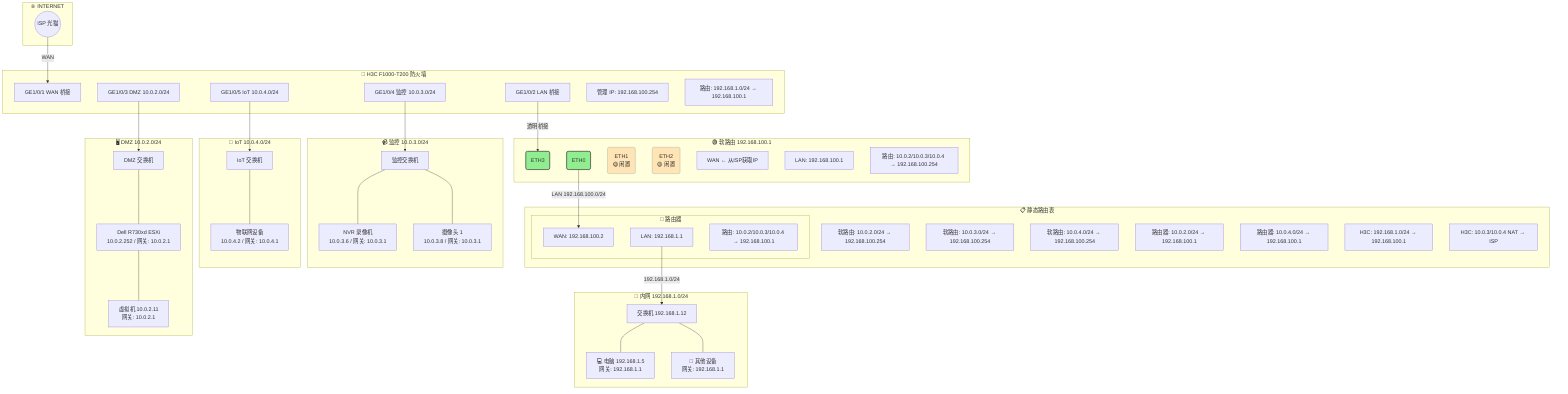
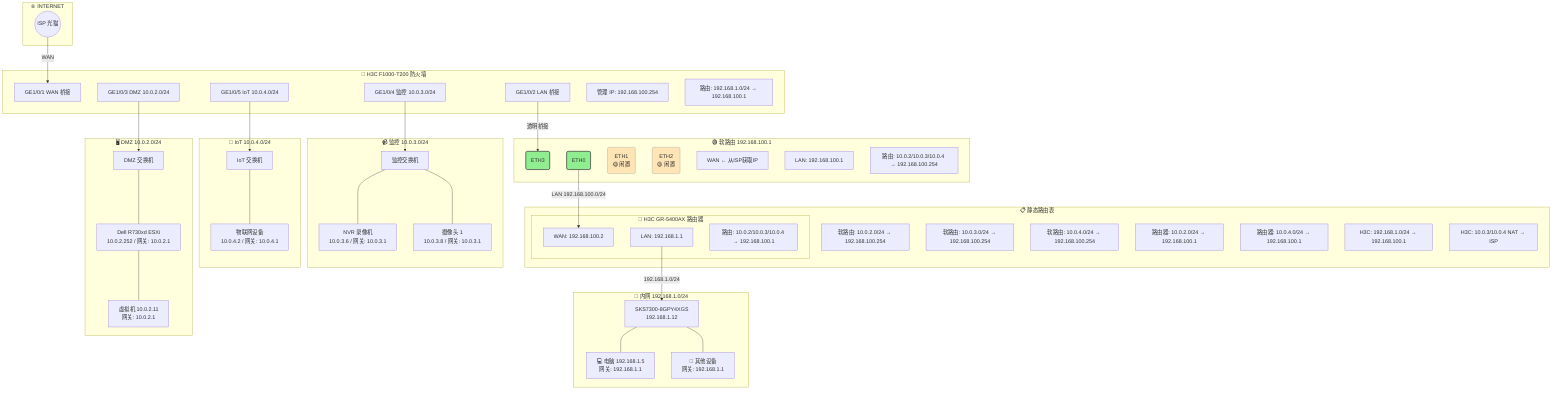
graph TB
    subgraph INTERNET["🌐 INTERNET"]
        ISP(("ISP 光猫"))
    end

    subgraph FW["🔴 H3C F1000-T200 防火墙"]
        GE1["GE1/0/1 WAN 桥接"]
        GE2["GE1/0/2 LAN 桥接"]
        GE3["GE1/0/3 DMZ 10.0.2.0/24"]
        GE4["GE1/0/4 监控 10.0.3.0/24"]
        GE5["GE1/0/5 IoT 10.0.4.0/24"]
        MGMT["管理 IP: 192.168.100.254"]
        FW_R["路由: 192.168.1.0/24 → 192.168.100.1"]
    end

    subgraph SR["🟢 软路由 192.168.100.1"]
        ETH3("ETH3"):::port
        ETH0("ETH0"):::port
        ETH1("ETH1<br/>🟡 闲置"):::port_idle
        ETH2("ETH2<br/>🟡 闲置"):::port_idle
        SR_WAN["WAN ← 从ISP获取IP"]
        SR_LAN["LAN: 192.168.100.1"]
        SR_R["路由: 10.0.2/10.0.3/10.0.4 → 192.168.100.254"]
    end

-     subgraph R2["🔵 路由器"]
+     subgraph R2["🔵 H3C GR-5400AX 路由器"]
        R2_WAN["WAN: 192.168.100.2"]
        R2_LAN["LAN: 192.168.1.1"]
        R2_R["路由: 10.0.2/10.0.3/10.0.4 → 192.168.100.1"]
    end

    subgraph LAN["📡 内网 192.168.1.0/24"]
-         SW["交换机 192.168.1.12"]
+         SW["SKS7300-8GPY4XGS<br/>192.168.1.12"]
        PC["💻 电脑 192.168.1.5<br/>网关: 192.168.1.1"]
        OTHER["📱 其他设备<br/>网关: 192.168.1.1"]
    end

    subgraph DMZ["🖥️ DMZ 10.0.2.0/24"]
        DMZ_SW["DMZ 交换机"]
        R730xd["Dell R730xd ESXi<br/>10.0.2.252 / 网关: 10.0.2.1"]
        VM["虚拟机 10.0.2.11<br/>网关: 10.0.2.1"]
    end

    subgraph SUR["📹 监控 10.0.3.0/24"]
        SUR_SW["监控交换机"]
        NVR["NVR 录像机<br/>10.0.3.6 / 网关: 10.0.3.1"]
        CAM["摄像头 1<br/>10.0.3.8 / 网关: 10.0.3.1"]
    end

    subgraph IOT["📶 IoT 10.0.4.0/24"]
        IOT_SW["IoT 交换机"]
        IOT_DEV["物联网设备<br/>10.0.4.2 / 网关: 10.0.4.1"]
    end

    ISP -->|"WAN"| GE1
    GE2 -->|"透明桥接"| ETH3
    ETH0 -->|"LAN 192.168.100.0/24"| R2_WAN
    R2_LAN -->|"192.168.1.0/24"| SW
    SW --- PC
    SW --- OTHER
    GE3 --> DMZ_SW
    DMZ_SW --- R730xd
    R730xd --- VM
    GE4 --> SUR_SW
    SUR_SW --- NVR
    SUR_SW --- CAM
    GE5 --> IOT_SW
    IOT_SW --- IOT_DEV

    subgraph ROUTES["📋 静态路由表"]
        SR1["软路由: 10.0.2.0/24 → 192.168.100.254"]
        SR2["软路由: 10.0.3.0/24 → 192.168.100.254"]
        SR3["软路由: 10.0.4.0/24 → 192.168.100.254"]
        R1["路由器: 10.0.2.0/24 → 192.168.100.1"]
        R2["路由器: 10.0.3.0/24 → 192.168.100.1"]
        R3["路由器: 10.0.4.0/24 → 192.168.100.1"]
        H1["H3C: 192.168.1.0/24 → 192.168.100.1"]
        H2["H3C: 10.0.3/10.0.4 NAT → ISP"]
    end

    classDef port fill:#90EE90,stroke:#333,stroke-width:2
    classDef port_idle fill:#FFE4B5,stroke:#999,stroke-width:1,dashed